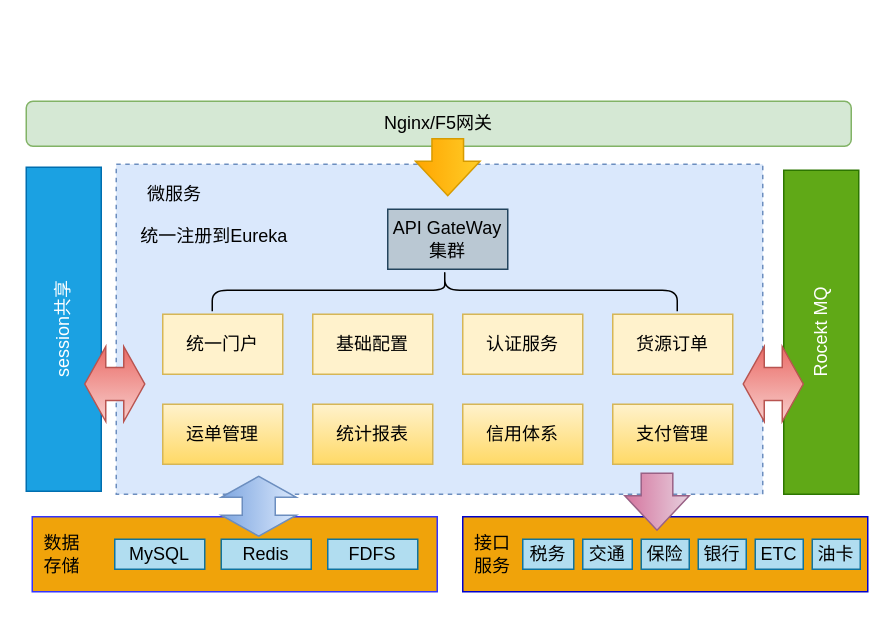
This is 未命名表单.drawio from chenyibang/rdpwrap, a draw.io file, before an edit. Source tidied: cells renumbered, new cells numbered last; positions are measured from the earlier drawing's top-left corner, leaving out a move shared by most shapes. Both pictures are drawn from the tidied source at 150%, with x=0, y=0 at pixel (26, 100).
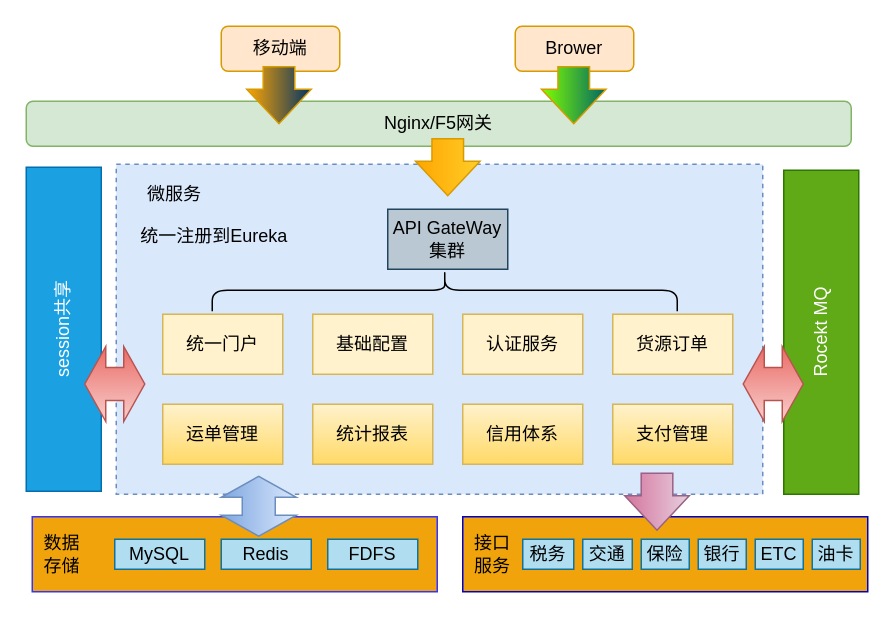
Above is the later version.

Commit message:
更新未命名表单.drawio

What changed in the source:
```diff
@@
+    <mxCell id="36" value="移动端" style="rounded=1;whiteSpace=wrap;html=1;fillColor=#ffe6cc;strokeColor=#d79b00;" parent="1" vertex="1">
+      <mxGeometry x="130" y="-50" width="79" height="30" as="geometry" />
+    </mxCell>
+    <mxCell id="37" value="Brower" style="rounded=1;whiteSpace=wrap;html=1;fillColor=#ffe6cc;strokeColor=#d79b00;" parent="1" vertex="1">
+      <mxGeometry x="326" y="-50" width="79" height="30" as="geometry" />
+    </mxCell>
+    <mxCell id="38" style="html=1;shadow=0;dashed=0;align=center;verticalAlign=middle;shape=mxgraph.arrows2.arrow;dy=0.51;dx=23;direction=south;notch=0;fillColor=#003366;strokeColor=#d79b00;gradientColor=#ffa500;" parent="1" vertex="1">
+      <mxGeometry x="147" y="-23" width="43" height="38" as="geometry" />
+    </mxCell>
+    <mxCell id="39" style="html=1;shadow=0;dashed=0;align=center;verticalAlign=middle;shape=mxgraph.arrows2.arrow;dy=0.51;dx=23;direction=south;notch=0;fillColor=#006666;strokeColor=#d79b00;gradientColor=#80FF00;" parent="1" vertex="1">
+      <mxGeometry x="343.5" y="-23" width="43" height="38" as="geometry" />
+    </mxCell>
```
